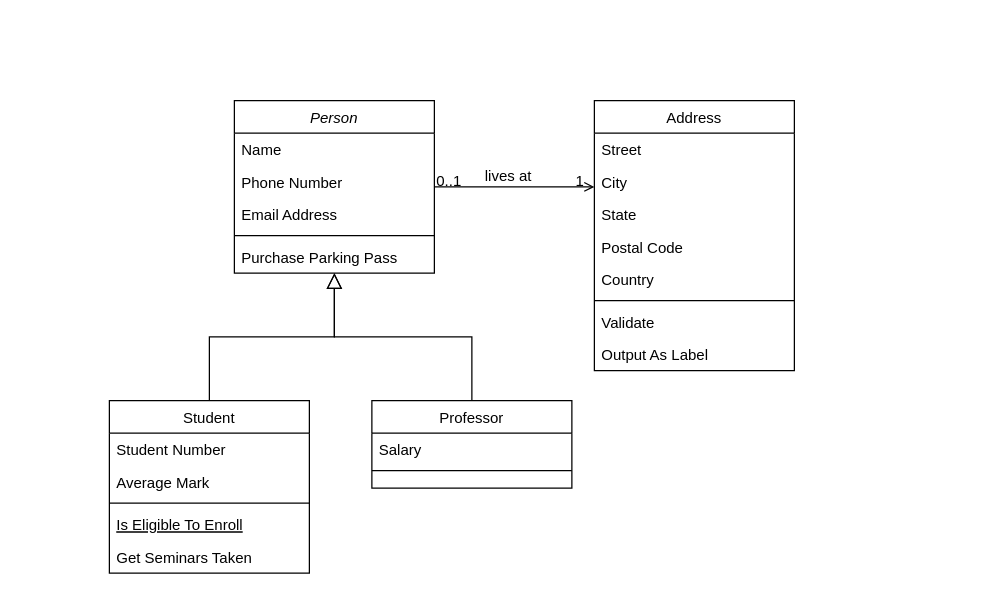
The draw.io diagram Untitled Diagram.drawio in lopez-gina/Jenkins1, before the edit. Source tidied: cells renumbered, new cells numbered last; positions are measured from the earlier drawing's top-left corner, leaving out a move shared by most shapes. Both pictures are drawn from the tidied source at 125%, with x=0, y=0 at pixel (109, 100).
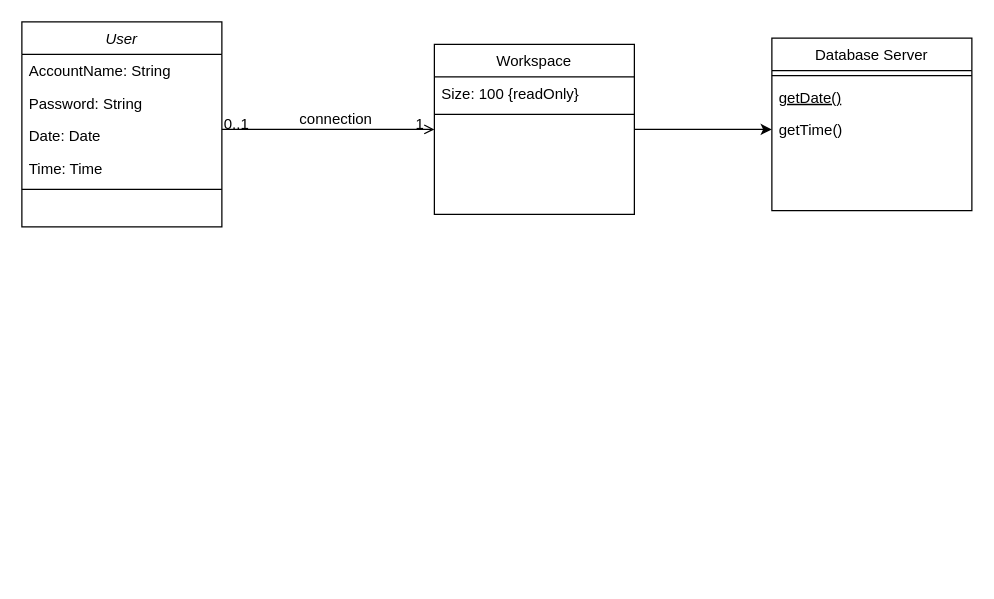
Above is the later version.

The change refers to these unchanged cells:
```xml
<mxCell id="28" style="endArrow=open;shadow=0;strokeWidth=1;rounded=0;endFill=1;edgeStyle=elbowEdgeStyle;elbow=vertical;" parent="1" edge="1" source="2" target="19">
  <mxGeometry x="0.5" y="41" relative="1" as="geometry">
    <mxPoint x="-40" y="32" as="offset" />
  </mxGeometry>
</mxCell>
```

Diff of the diagram source:
```diff
@@
-    <mxCell id="2" value="Person" style="swimlane;fontStyle=2;align=center;verticalAlign=top;horizontal=1;startSize=26;rounded=0;shadow=0;strokeWidth=1;" parent="1" vertex="1">
-      <mxGeometry x="100" width="160" height="138" as="geometry" />
+    <mxCell id="2" value="User" style="swimlane;fontStyle=2;align=center;verticalAlign=top;horizontal=1;startSize=26;rounded=0;shadow=0;strokeWidth=1;" parent="1" vertex="1">
+      <mxGeometry x="-70" y="-63" width="160" height="164" as="geometry" />
     </mxCell>
-    <mxCell id="3" value="Name" style="text;align=left;verticalAlign=top;spacingLeft=4;spacingRight=4;overflow=hidden;" parent="2" vertex="1">
+    <mxCell id="3" value="AccountName: String" style="text;align=left;verticalAlign=top;spacingLeft=4;spacingRight=4;overflow=hidden;" parent="2" vertex="1">
       <mxGeometry y="26" width="160" height="26" as="geometry" />
     </mxCell>
-    <mxCell id="4" value="Phone Number" style="text;align=left;verticalAlign=top;spacingLeft=4;spacingRight=4;overflow=hidden;rounded=0;shadow=0;html=0;" parent="2" vertex="1">
+    <mxCell id="4" value="Password: String" style="text;align=left;verticalAlign=top;spacingLeft=4;spacingRight=4;overflow=hidden;rounded=0;shadow=0;html=0;" parent="2" vertex="1">
       <mxGeometry y="52" width="160" height="26" as="geometry" />
     </mxCell>
-    <mxCell id="5" value="Email Address" style="text;align=left;verticalAlign=top;spacingLeft=4;spacingRight=4;overflow=hidden;rounded=0;shadow=0;html=0;" parent="2" vertex="1">
+    <mxCell id="5" value="Date: Date&#10;" style="text;align=left;verticalAlign=top;spacingLeft=4;spacingRight=4;overflow=hidden;rounded=0;shadow=0;html=0;" parent="2" vertex="1">
       <mxGeometry y="78" width="160" height="26" as="geometry" />
     </mxCell>
+    <mxCell id="32" value="Time: Time&#10;" style="text;align=left;verticalAlign=top;spacingLeft=4;spacingRight=4;overflow=hidden;rounded=0;shadow=0;html=0;" parent="2" vertex="1">
+      <mxGeometry y="104" width="160" height="26" as="geometry" />
+    </mxCell>
     <mxCell id="6" style="line;html=1;strokeWidth=1;align=left;verticalAlign=middle;spacingTop=-1;spacingLeft=3;spacingRight=3;labelPosition=right;" parent="2" vertex="1">
-      <mxGeometry y="104" width="160" height="8" as="geometry" />
+      <mxGeometry y="130" width="160" height="8" as="geometry" />
     </mxCell>
-    <mxCell id="7" value="Purchase Parking Pass" style="text;align=left;verticalAlign=top;spacingLeft=4;spacingRight=4;overflow=hidden;" parent="2" vertex="1">
-      <mxGeometry y="112" width="160" height="26" as="geometry" />
-    </mxCell>
-    <mxCell id="8" value="Student" style="swimlane;fontStyle=0;align=center;verticalAlign=top;horizontal=1;startSize=26;rounded=0;shadow=0;strokeWidth=1;" parent="1" vertex="1">
-      <mxGeometry y="240" width="160" height="138" as="geometry" />
+    <mxCell id="8" value="Database Server" style="swimlane;fontStyle=0;align=center;verticalAlign=top;horizontal=1;startSize=26;rounded=0;shadow=0;strokeWidth=1;" parent="1" vertex="1">
+      <mxGeometry x="530" y="-50" width="160" height="138" as="geometry" />
     </mxCell>
-    <mxCell id="9" value="Student Number" style="text;align=left;verticalAlign=top;spacingLeft=4;spacingRight=4;overflow=hidden;" parent="8" vertex="1">
-      <mxGeometry y="26" width="160" height="26" as="geometry" />
-    </mxCell>
-    <mxCell id="10" value="Average Mark" style="text;align=left;verticalAlign=top;spacingLeft=4;spacingRight=4;overflow=hidden;rounded=0;shadow=0;html=0;" parent="8" vertex="1">
-      <mxGeometry y="52" width="160" height="26" as="geometry" />
-    </mxCell>
     <mxCell id="11" style="line;html=1;strokeWidth=1;align=left;verticalAlign=middle;spacingTop=-1;spacingLeft=3;spacingRight=3;labelPosition=right;" parent="8" vertex="1">
-      <mxGeometry y="78" width="160" height="8" as="geometry" />
+      <mxGeometry y="26" width="160" height="8" as="geometry" />
     </mxCell>
-    <mxCell id="12" value="Is Eligible To Enroll" style="text;align=left;verticalAlign=top;spacingLeft=4;spacingRight=4;overflow=hidden;fontStyle=4;" parent="8" vertex="1">
-      <mxGeometry y="86" width="160" height="26" as="geometry" />
+    <mxCell id="12" value="getDate()" style="text;align=left;verticalAlign=top;spacingLeft=4;spacingRight=4;overflow=hidden;fontStyle=4;" parent="8" vertex="1">
+      <mxGeometry y="34" width="160" height="26" as="geometry" />
     </mxCell>
-    <mxCell id="13" value="Get Seminars Taken" style="text;align=left;verticalAlign=top;spacingLeft=4;spacingRight=4;overflow=hidden;points=[[0,0.5],[1,0.5]];portConstraint=eastwest;" parent="8" vertex="1">
-      <mxGeometry y="112" width="160" height="26" as="geometry" />
+    <mxCell id="13" value="getTime()" style="text;align=left;verticalAlign=top;spacingLeft=4;spacingRight=4;overflow=hidden;points=[[0,0.5],[1,0.5]];portConstraint=eastwest;" parent="8" vertex="1">
+      <mxGeometry y="60" width="160" height="26" as="geometry" />
     </mxCell>
-    <mxCell id="14" style="endArrow=block;endSize=10;endFill=0;shadow=0;strokeWidth=1;rounded=0;edgeStyle=elbowEdgeStyle;elbow=vertical;" parent="1" edge="1" source="8" target="2">
-      <mxGeometry relative="1" as="geometry" />
-    </mxCell>
-    <mxCell id="15" value="Professor" style="swimlane;fontStyle=0;align=center;verticalAlign=top;horizontal=1;startSize=26;rounded=0;shadow=0;strokeWidth=1;" parent="1" vertex="1">
-      <mxGeometry x="210" y="240" width="160" height="70" as="geometry" />
-    </mxCell>
-    <mxCell id="16" value="Salary" style="text;align=left;verticalAlign=top;spacingLeft=4;spacingRight=4;overflow=hidden;" parent="15" vertex="1">
-      <mxGeometry y="26" width="160" height="26" as="geometry" />
-    </mxCell>
-    <mxCell id="17" style="line;html=1;strokeWidth=1;align=left;verticalAlign=middle;spacingTop=-1;spacingLeft=3;spacingRight=3;labelPosition=right;" parent="15" vertex="1">
-      <mxGeometry y="52" width="160" height="8" as="geometry" />
-    </mxCell>
-    <mxCell id="18" style="endArrow=block;endSize=10;endFill=0;shadow=0;strokeWidth=1;rounded=0;edgeStyle=elbowEdgeStyle;elbow=vertical;" parent="1" edge="1" source="15" target="2">
-      <mxGeometry relative="1" as="geometry" />
-    </mxCell>
-    <mxCell id="19" value="Address" style="swimlane;fontStyle=0;align=center;verticalAlign=top;horizontal=1;startSize=26;rounded=0;shadow=0;strokeWidth=1;" parent="1" vertex="1">
-      <mxGeometry x="388" width="160" height="216" as="geometry" />
+    <mxCell id="19" value="Workspace" style="swimlane;fontStyle=0;align=center;verticalAlign=top;horizontal=1;startSize=26;rounded=0;shadow=0;strokeWidth=1;" parent="1" vertex="1">
+      <mxGeometry x="260" y="-45" width="160" height="136" as="geometry" />
     </mxCell>
-    <mxCell id="20" value="Street" style="text;align=left;verticalAlign=top;spacingLeft=4;spacingRight=4;overflow=hidden;" parent="19" vertex="1">
+    <mxCell id="20" value="Size: 100 {readOnly}" style="text;align=left;verticalAlign=top;spacingLeft=4;spacingRight=4;overflow=hidden;" parent="19" vertex="1">
       <mxGeometry y="26" width="160" height="26" as="geometry" />
     </mxCell>
-    <mxCell id="21" value="City" style="text;align=left;verticalAlign=top;spacingLeft=4;spacingRight=4;overflow=hidden;rounded=0;shadow=0;html=0;" parent="19" vertex="1">
-      <mxGeometry y="52" width="160" height="26" as="geometry" />
-    </mxCell>
-    <mxCell id="22" value="State" style="text;align=left;verticalAlign=top;spacingLeft=4;spacingRight=4;overflow=hidden;rounded=0;shadow=0;html=0;" parent="19" vertex="1">
-      <mxGeometry y="78" width="160" height="26" as="geometry" />
-    </mxCell>
-    <mxCell id="23" value="Postal Code" style="text;align=left;verticalAlign=top;spacingLeft=4;spacingRight=4;overflow=hidden;rounded=0;shadow=0;html=0;" parent="19" vertex="1">
-      <mxGeometry y="104" width="160" height="26" as="geometry" />
-    </mxCell>
-    <mxCell id="24" value="Country" style="text;align=left;verticalAlign=top;spacingLeft=4;spacingRight=4;overflow=hidden;rounded=0;shadow=0;html=0;" parent="19" vertex="1">
-      <mxGeometry y="130" width="160" height="26" as="geometry" />
-    </mxCell>
     <mxCell id="25" style="line;html=1;strokeWidth=1;align=left;verticalAlign=middle;spacingTop=-1;spacingLeft=3;spacingRight=3;labelPosition=right;" parent="19" vertex="1">
-      <mxGeometry y="156" width="160" height="8" as="geometry" />
+      <mxGeometry y="52" width="160" height="8" as="geometry" />
     </mxCell>
-    <mxCell id="26" value="Validate" style="text;align=left;verticalAlign=top;spacingLeft=4;spacingRight=4;overflow=hidden;" parent="19" vertex="1">
-      <mxGeometry y="164" width="160" height="26" as="geometry" />
-    </mxCell>
-    <mxCell id="27" value="Output As Label" style="text;align=left;verticalAlign=top;spacingLeft=4;spacingRight=4;overflow=hidden;" parent="19" vertex="1">
-      <mxGeometry y="190" width="160" height="26" as="geometry" />
-    </mxCell>
@@
-    <mxCell id="31" value="lives at" style="text;html=1;align=center;verticalAlign=middle;labelBackgroundColor=none;rounded=0;shadow=0;strokeWidth=1;fontSize=12;" parent="28" vertex="1">
+    <mxCell id="31" value="connection" style="text;html=1;align=center;verticalAlign=middle;labelBackgroundColor=none;rounded=0;shadow=0;strokeWidth=1;fontSize=12;" parent="28" vertex="1">
       <mxGeometry x="0.5" y="49" relative="1" as="geometry">
         <mxPoint x="-38" y="40" as="offset" />
       </mxGeometry>
     </mxCell>
+    <mxCell id="33" style="endArrow=classic;html=1;rounded=0;entryX=0;entryY=0.5;entryDx=0;entryDy=0;exitX=1;exitY=0.5;exitDx=0;exitDy=0;" parent="1" edge="1" source="19" target="13">
+      <mxGeometry relative="1" as="geometry" />
+    </mxCell>
```
